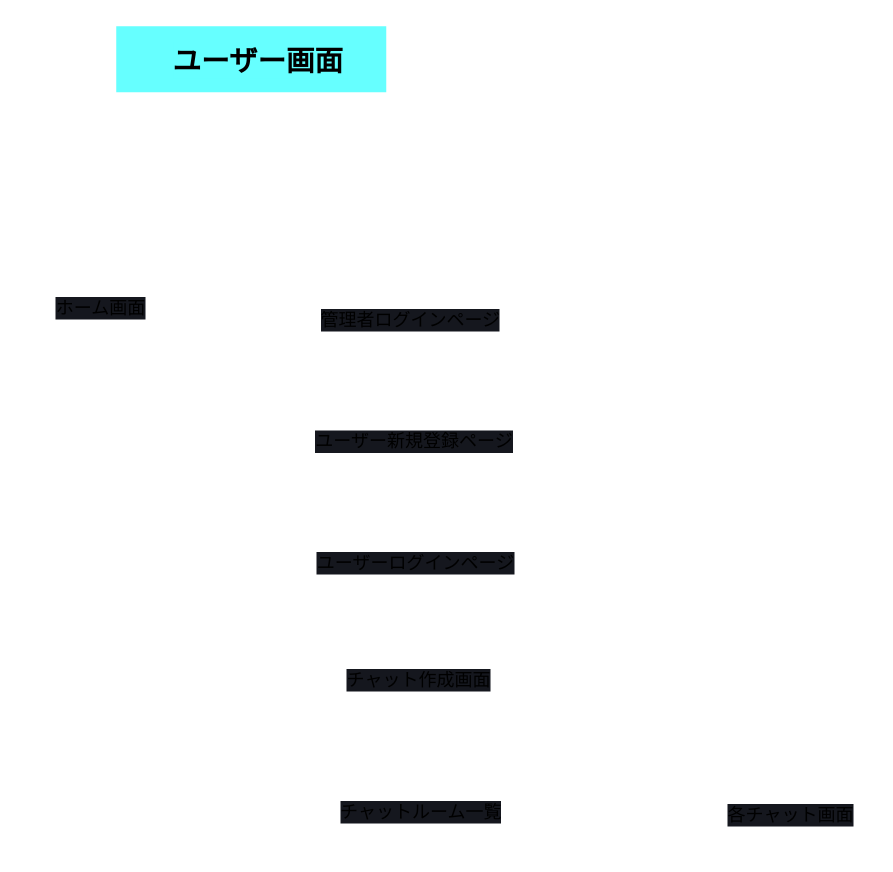
The draw.io diagram page "ページ2" (2 of 3) of contact_app.dio in yoshizooo/contact_app, before the edit. Source tidied: cells renumbered, new cells numbered last; positions are measured from the earlier drawing's top-left corner, leaving out a move shared by most shapes. Both pictures are drawn from the tidied source at 150%, with x=0, y=0 at pixel (26, 26).
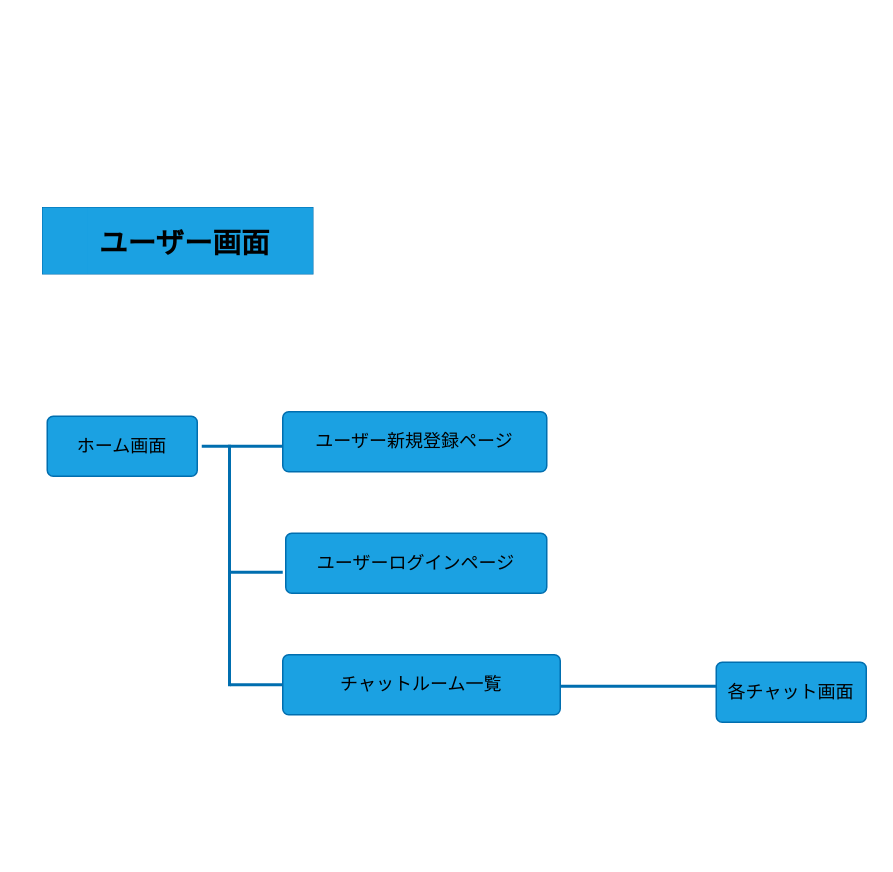
The same page after the edit.

What changed in the source:
```diff
@@
-<mxGraphModel>
+<mxGraphModel background="#ffffff">
   <root>
     <mxCell id="0" />
     <mxCell id="1" parent="0" />
-    <mxCell id="2" value="ホーム画面" style="rounded=1;arcSize=10;whiteSpace=wrap;html=1;align=center;labelBackgroundColor=#15171e;strokeColor=#FFFFFF;" parent="1" vertex="1">
-      <mxGeometry y="168" width="100" height="40" as="geometry" />
+    <mxCell id="2" value="ホーム画面" style="rounded=1;arcSize=10;whiteSpace=wrap;html=1;align=center;labelBackgroundColor=none;strokeColor=#006EAF;fillColor=#1ba1e2;fontColor=#000000;" parent="1" vertex="1">
+      <mxGeometry x="14" y="260" width="100" height="40" as="geometry" />
     </mxCell>
-    <mxCell id="3" value="管理者ログインページ" style="rounded=1;arcSize=10;whiteSpace=wrap;html=1;align=center;labelBackgroundColor=#15171e;strokeColor=#FFFFFF;" parent="1" vertex="1">
-      <mxGeometry x="171" y="176" width="171" height="40" as="geometry" />
-    </mxCell>
-    <mxCell id="4" value="ユーザー新規登録ページ" style="rounded=1;arcSize=10;whiteSpace=wrap;html=1;align=center;labelBackgroundColor=#15171e;strokeColor=#FFFFFF;" parent="1" vertex="1">
+    <mxCell id="4" value="ユーザー新規登録ページ" style="rounded=1;arcSize=10;whiteSpace=wrap;html=1;align=center;labelBackgroundColor=none;strokeColor=#006EAF;fillColor=#1ba1e2;fontColor=#000000;" parent="1" vertex="1">
       <mxGeometry x="171" y="257" width="176" height="40" as="geometry" />
     </mxCell>
-    <mxCell id="5" value="ユーザーログインページ" style="rounded=1;arcSize=10;whiteSpace=wrap;html=1;align=center;labelBackgroundColor=#15171e;strokeColor=#FFFFFF;" parent="1" vertex="1">
+    <mxCell id="5" value="ユーザーログインページ" style="rounded=1;arcSize=10;whiteSpace=wrap;html=1;align=center;labelBackgroundColor=none;strokeColor=#006EAF;fillColor=#1ba1e2;fontColor=#000000;" parent="1" vertex="1">
       <mxGeometry x="173" y="338" width="174" height="40" as="geometry" />
     </mxCell>
-    <mxCell id="6" value="チャット作成画面" style="rounded=1;arcSize=10;whiteSpace=wrap;html=1;align=center;labelBackgroundColor=#15171e;strokeColor=#FFFFFF;" parent="1" vertex="1">
-      <mxGeometry x="171" y="416" width="182" height="40" as="geometry" />
-    </mxCell>
-    <mxCell id="7" value="チャットルーム一覧" style="rounded=1;arcSize=10;whiteSpace=wrap;html=1;align=center;labelBackgroundColor=#15171e;strokeColor=#FFFFFF;" parent="1" vertex="1">
-      <mxGeometry x="171" y="504" width="185" height="40" as="geometry" />
+    <mxCell id="7" value="チャットルーム一覧" style="rounded=1;arcSize=10;whiteSpace=wrap;html=1;align=center;labelBackgroundColor=none;strokeColor=#006EAF;fillColor=#1ba1e2;fontColor=#000000;" parent="1" vertex="1">
+      <mxGeometry x="171" y="419" width="185" height="40" as="geometry" />
     </mxCell>
-    <mxCell id="8" value="各チャット画面" style="rounded=1;arcSize=10;whiteSpace=wrap;html=1;align=center;labelBackgroundColor=#15171e;strokeColor=#FFFFFF;" parent="1" vertex="1">
-      <mxGeometry x="460" y="506" width="100" height="40" as="geometry" />
+    <mxCell id="8" value="各チャット画面" style="rounded=1;arcSize=10;whiteSpace=wrap;html=1;align=center;labelBackgroundColor=none;strokeColor=#006EAF;fillColor=#1ba1e2;fontColor=#000000;" parent="1" vertex="1">
+      <mxGeometry x="460" y="424" width="100" height="40" as="geometry" />
     </mxCell>
-    <mxCell id="9" style="shape=table;startSize=0;childLayout=tableLayout;rowLines=0;fontStyle=1;align=center;strokeColor=none;fillColor=#66FFFF;labelBackgroundColor=default;fontColor=default;" parent="1" vertex="1">
-      <mxGeometry x="60" width="180" height="44" as="geometry" />
+    <mxCell id="9" style="shape=table;startSize=0;childLayout=tableLayout;rowLines=0;fontStyle=1;align=center;strokeColor=#006EAF;fillColor=#1ba1e2;labelBackgroundColor=none;fontColor=#000000;" parent="1" vertex="1">
+      <mxGeometry x="11" y="121" width="180" height="44" as="geometry" />
     </mxCell>
-    <mxCell id="10" style="shape=tableRow;horizontal=0;startSize=0;swimlaneHead=0;swimlaneBody=0;fillColor=none;top=0;left=0;right=0;bottom=0;labelBackgroundColor=#15171e;strokeColor=#FFFFFF;" parent="9" vertex="1">
+    <mxCell id="10" style="shape=tableRow;horizontal=0;startSize=0;swimlaneHead=0;swimlaneBody=0;fillColor=#1ba1e2;top=0;left=0;right=0;bottom=0;labelBackgroundColor=none;strokeColor=#006EAF;fontColor=#000000;" parent="9" vertex="1">
       <mxGeometry width="180" height="44" as="geometry" />
     </mxCell>
-    <mxCell id="11" style="shape=partialRectangle;fillColor=none;top=0;left=0;bottom=0;right=0;overflow=hidden;labelBackgroundColor=#15171e;strokeColor=#FFFFFF;" parent="10" vertex="1">
+    <mxCell id="11" style="shape=partialRectangle;fillColor=#1ba1e2;top=0;left=0;bottom=0;right=0;overflow=hidden;labelBackgroundColor=none;strokeColor=#006EAF;fontColor=#000000;" parent="10" vertex="1">
       <mxGeometry width="30" height="44" as="geometry" />
     </mxCell>
-    <mxCell id="12" value="ユーザー画面" style="shape=partialRectangle;fillColor=none;top=0;left=0;bottom=0;right=0;align=left;spacingLeft=6;overflow=hidden;labelBackgroundColor=#66FFFF;strokeColor=#FFFFFF;fontColor=#000000;fontStyle=1;fontSize=19;" parent="10" vertex="1">
+    <mxCell id="12" value="ユーザー画面" style="shape=partialRectangle;fillColor=#1ba1e2;top=0;left=0;bottom=0;right=0;align=left;spacingLeft=6;overflow=hidden;labelBackgroundColor=none;strokeColor=#006EAF;fontColor=#000000;fontStyle=1;fontSize=19;" parent="10" vertex="1">
       <mxGeometry x="30" width="150" height="44" as="geometry" />
     </mxCell>
-    <mxCell id="13" style="line;strokeWidth=2;direction=south;html=1;labelBackgroundColor=#66FFFF;strokeColor=#FFFFFF;fontSize=19;fontColor=#000000;fillColor=#66FFFF;" parent="1" vertex="1">
-      <mxGeometry x="130.5" y="195" width="10" height="336" as="geometry" />
+    <mxCell id="13" style="line;strokeWidth=2;direction=south;html=1;labelBackgroundColor=none;strokeColor=#006EAF;fontSize=19;fontColor=#000000;fillColor=#1ba1e2;" parent="1" vertex="1">
+      <mxGeometry x="130.5" y="279" width="10" height="161" as="geometry" />
     </mxCell>
-    <mxCell id="14" style="line;strokeWidth=2;html=1;labelBackgroundColor=#66FFFF;strokeColor=#FFFFFF;fontSize=19;fontColor=#000000;fillColor=#66FFFF;" parent="1" vertex="1">
-      <mxGeometry x="136" y="525" width="35" height="10" as="geometry" />
-    </mxCell>
-    <mxCell id="15" style="line;strokeWidth=2;html=1;labelBackgroundColor=#66FFFF;strokeColor=#FFFFFF;fontSize=19;fontColor=#000000;fillColor=#66FFFF;" parent="1" vertex="1">
+    <mxCell id="15" style="line;strokeWidth=2;html=1;labelBackgroundColor=none;strokeColor=#006EAF;fontSize=19;fontColor=#000000;fillColor=#1ba1e2;" parent="1" vertex="1">
       <mxGeometry x="136" y="434" width="35" height="10" as="geometry" />
     </mxCell>
-    <mxCell id="16" style="line;strokeWidth=2;html=1;labelBackgroundColor=#66FFFF;strokeColor=#FFFFFF;fontSize=19;fontColor=#000000;fillColor=#66FFFF;" parent="1" vertex="1">
+    <mxCell id="16" style="line;strokeWidth=2;html=1;labelBackgroundColor=none;strokeColor=#006EAF;fontSize=19;fontColor=#000000;fillColor=#1ba1e2;" parent="1" vertex="1">
       <mxGeometry x="136" y="359" width="35" height="10" as="geometry" />
     </mxCell>
-    <mxCell id="17" style="line;strokeWidth=2;html=1;labelBackgroundColor=#66FFFF;strokeColor=#FFFFFF;fontSize=19;fontColor=#000000;fillColor=#66FFFF;" parent="1" vertex="1">
-      <mxGeometry x="136" y="275" width="35" height="10" as="geometry" />
+    <mxCell id="17" style="line;strokeWidth=2;html=1;labelBackgroundColor=none;strokeColor=#006EAF;fontSize=19;fontColor=#000000;fillColor=#1ba1e2;" parent="1" vertex="1">
+      <mxGeometry x="117" y="275" width="54" height="10" as="geometry" />
     </mxCell>
-    <mxCell id="18" style="line;strokeWidth=2;html=1;labelBackgroundColor=#66FFFF;strokeColor=#FFFFFF;fontSize=19;fontColor=#000000;fillColor=#66FFFF;" parent="1" vertex="1">
-      <mxGeometry x="102" y="191" width="69" height="10" as="geometry" />
-    </mxCell>
-    <mxCell id="19" style="line;strokeWidth=2;html=1;labelBackgroundColor=#66FFFF;strokeColor=#FFFFFF;fontSize=19;fontColor=#000000;fillColor=#66FFFF;" parent="1" vertex="1">
-      <mxGeometry x="356" y="519" width="104" height="10" as="geometry" />
+    <mxCell id="19" style="line;strokeWidth=2;html=1;labelBackgroundColor=none;strokeColor=#006EAF;fontSize=19;fontColor=#000000;fillColor=#1ba1e2;" parent="1" vertex="1">
+      <mxGeometry x="356" y="435" width="104" height="10" as="geometry" />
     </mxCell>
   </root>
 </mxGraphModel>
```
